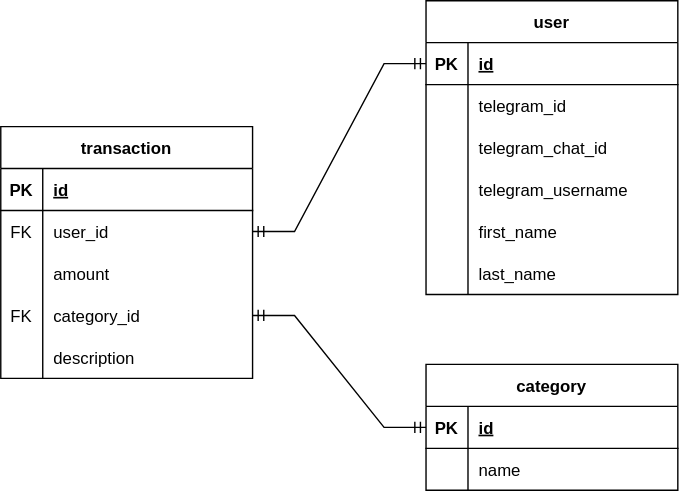
Above: database-diagram.drawio.svg in msemitkin/financie (draw.io), before the change. Source tidied: cells renumbered, new cells last; positions are measured from the earlier drawing's top-left corner, leaving out a move shared by most shapes.
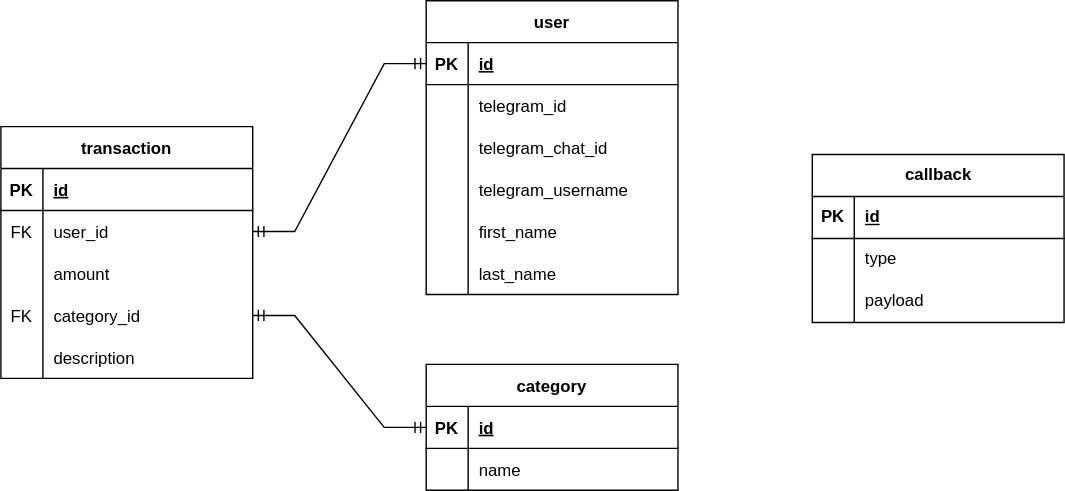
After the commit.

Commit message:
add callback table to the datatbase diagram

Change to the diagram source:
```diff
@@ -134,5 +134,35 @@
     <mxCell id="45" style="edgeStyle=entityRelationEdgeStyle;fontSize=12;html=1;endArrow=ERmandOne;startArrow=ERmandOne;rounded=0;exitX=1;exitY=0.5;exitDx=0;exitDy=0;entryX=0;entryY=0.5;entryDx=0;entryDy=0;" parent="1" edge="1" source="12" target="19">
       <mxGeometry relative="1" as="geometry" />
     </mxCell>
+    <mxCell id="46" value="callback" style="shape=table;startSize=30;rowLines=0;fontStyle=1;align=center;html=1;" parent="1" vertex="1">
+      <mxGeometry x="580" y="110" width="180" height="120" as="geometry" />
+    </mxCell>
+    <mxCell id="47" style="shape=tableRow;horizontal=0;startSize=0;swimlaneHead=0;swimlaneBody=0;fillColor=none;top=0;left=0;right=0;bottom=1;" parent="46" vertex="1">
+      <mxGeometry y="30" width="180" height="30" as="geometry" />
+    </mxCell>
+    <mxCell id="48" value="PK" style="shape=partialRectangle;fillColor=none;top=0;left=0;bottom=0;right=0;fontStyle=1;overflow=hidden;whiteSpace=wrap;html=1;" parent="47" vertex="1">
+      <mxGeometry width="30" height="30" as="geometry" />
+    </mxCell>
+    <mxCell id="49" value="id" style="shape=partialRectangle;fillColor=none;top=0;left=0;bottom=0;right=0;align=left;spacingLeft=6;fontStyle=5;overflow=hidden;whiteSpace=wrap;html=1;" parent="47" vertex="1">
+      <mxGeometry x="30" width="150" height="30" as="geometry" />
+    </mxCell>
+    <mxCell id="50" style="shape=tableRow;horizontal=0;startSize=0;swimlaneHead=0;swimlaneBody=0;fillColor=none;top=0;left=0;right=0;bottom=0;" parent="46" vertex="1">
+      <mxGeometry y="60" width="180" height="30" as="geometry" />
+    </mxCell>
+    <mxCell id="51" style="shape=partialRectangle;fillColor=none;top=0;left=0;bottom=0;right=0;overflow=hidden;whiteSpace=wrap;html=1;" parent="50" vertex="1">
+      <mxGeometry width="30" height="30" as="geometry" />
+    </mxCell>
+    <mxCell id="52" value="type" style="shape=partialRectangle;fillColor=none;top=0;left=0;bottom=0;right=0;align=left;spacingLeft=6;overflow=hidden;whiteSpace=wrap;html=1;" parent="50" vertex="1">
+      <mxGeometry x="30" width="150" height="30" as="geometry" />
+    </mxCell>
+    <mxCell id="53" style="shape=tableRow;horizontal=0;startSize=0;swimlaneHead=0;swimlaneBody=0;fillColor=none;top=0;left=0;right=0;bottom=0;" parent="46" vertex="1">
+      <mxGeometry y="90" width="180" height="30" as="geometry" />
+    </mxCell>
+    <mxCell id="54" style="shape=partialRectangle;fillColor=none;top=0;left=0;bottom=0;right=0;overflow=hidden;whiteSpace=wrap;html=1;" parent="53" vertex="1">
+      <mxGeometry width="30" height="30" as="geometry" />
+    </mxCell>
+    <mxCell id="55" value="payload" style="shape=partialRectangle;fillColor=none;top=0;left=0;bottom=0;right=0;align=left;spacingLeft=6;overflow=hidden;whiteSpace=wrap;html=1;" parent="53" vertex="1">
+      <mxGeometry x="30" width="150" height="30" as="geometry" />
+    </mxCell>
   </root>
 </mxGraphModel>
```
